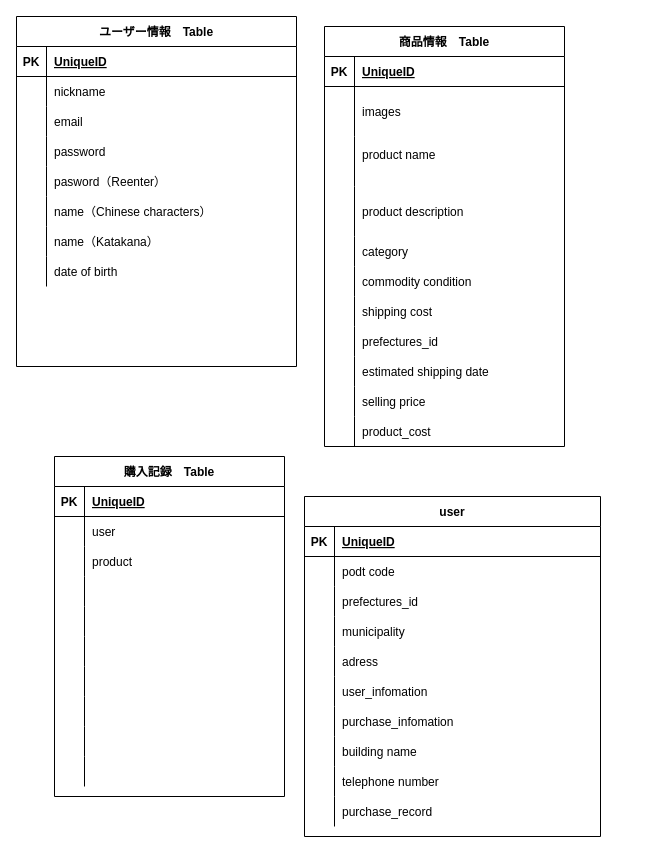
Before: app/views/furima.dio in mwyaa7/furima-39056, a draw.io diagram. Source tidied: cells renumbered, new cells numbered last; positions are measured from the earlier drawing's top-left corner, leaving out a move shared by most shapes. Both pictures are drawn from the tidied source at 100%, with x=0, y=0 at pixel (16, 16).
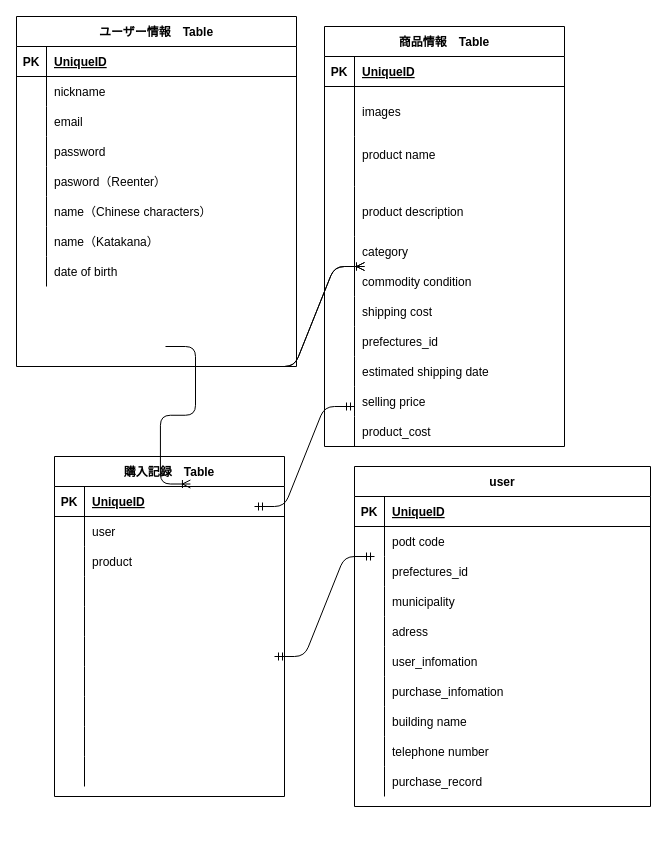
The same page after the edit.

The change refers to these unchanged cells:
```xml
<mxCell id="62" style="shape=tableRow;horizontal=0;startSize=0;swimlaneHead=0;swimlaneBody=0;fillColor=none;points=[[0,0.5],[1,0.5]];portConstraint=eastwest;top=0;left=0;right=0;bottom=1;" parent="61" vertex="1">
  <mxGeometry y="30" width="230" height="30" as="geometry" />
</mxCell>
```

What changed in the source:
```diff
@@
     <mxCell id="92" value="user" style="shape=table;startSize=30;childLayout=tableLayout;rowLines=0;fontStyle=1;align=center;" parent="1" vertex="1">
-      <mxGeometry x="288" y="480" width="296" height="340" as="geometry" />
+      <mxGeometry x="338" y="450" width="296" height="340" as="geometry" />
     </mxCell>
@@
+    <mxCell id="123" style="edgeStyle=entityRelationEdgeStyle;fontSize=12;html=1;endArrow=ERmandOne;startArrow=ERmandOne;" parent="1" edge="1">
+      <mxGeometry relative="1" as="geometry">
+        <mxPoint x="258" y="640" as="sourcePoint" />
+        <mxPoint x="358" y="540" as="targetPoint" />
+      </mxGeometry>
+    </mxCell>
+    <mxCell id="124" style="edgeStyle=entityRelationEdgeStyle;fontSize=12;html=1;endArrow=ERmandOne;startArrow=ERmandOne;" parent="1" edge="1">
+      <mxGeometry relative="1" as="geometry">
+        <mxPoint x="238" y="490" as="sourcePoint" />
+        <mxPoint x="338" y="390" as="targetPoint" />
+      </mxGeometry>
+    </mxCell>
+    <mxCell id="125" style="edgeStyle=entityRelationEdgeStyle;fontSize=12;html=1;endArrow=ERoneToMany;" parent="1" edge="1">
+      <mxGeometry relative="1" as="geometry">
+        <mxPoint x="248" y="350" as="sourcePoint" />
+        <mxPoint x="348" y="250" as="targetPoint" />
+      </mxGeometry>
+    </mxCell>
+    <mxCell id="126" style="edgeStyle=entityRelationEdgeStyle;fontSize=12;html=1;endArrow=ERoneToMany;" parent="1" edge="1">
+      <mxGeometry relative="1" as="geometry">
+        <mxPoint x="248" y="350" as="sourcePoint" />
+        <mxPoint x="348" y="250" as="targetPoint" />
+      </mxGeometry>
+    </mxCell>
+    <mxCell id="127" style="edgeStyle=entityRelationEdgeStyle;fontSize=12;html=1;endArrow=ERoneToMany;entryX=0.591;entryY=-0.083;entryDx=0;entryDy=0;entryPerimeter=0;" parent="1" edge="1" target="62">
+      <mxGeometry relative="1" as="geometry">
+        <mxPoint x="149" y="330" as="sourcePoint" />
+      </mxGeometry>
+    </mxCell>
```
